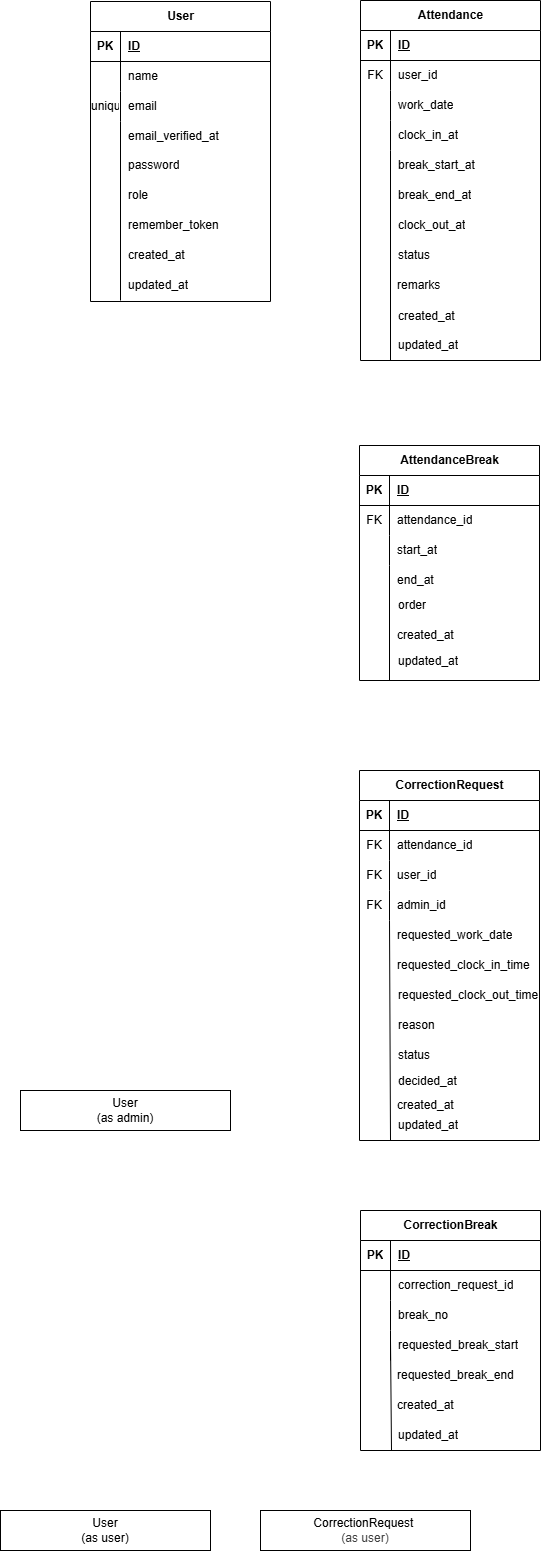
Kotaro-905/Attendance-management keeps this draw.io diagram as .drawio.png. Above is the earlier version. Source tidied: cells renumbered, new cells last; positions are measured from the earlier drawing's top-left corner, leaving out a move shared by most shapes.
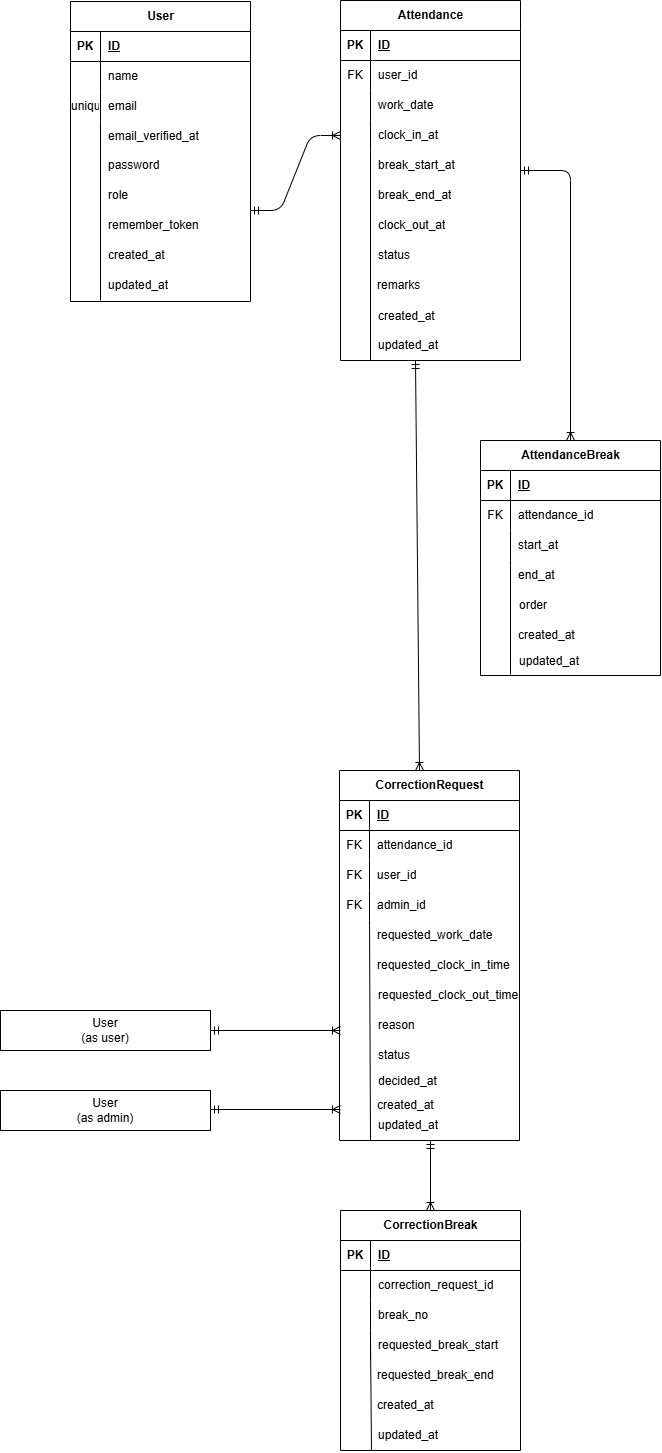
After the change.

Commit message:
ER図完成、管理者画面ｃｓｓ修正

The edit, as a diff of the source:
```diff
@@ -1,4 +1,4 @@
-<mxGraphModel>
+<mxGraphModel background="#ffffff">
   <root>
     <mxCell id="0" />
     <mxCell id="1" parent="0" />
@@ -129,7 +129,7 @@
       </mxGeometry>
     </mxCell>
     <mxCell id="42" value="AttendanceBreak" style="shape=table;startSize=30;rowLines=0;fontStyle=1;align=center;html=1;" parent="1" vertex="1">
-      <mxGeometry x="359" y="445" width="180" height="235" as="geometry" />
+      <mxGeometry x="500" y="440" width="180" height="235" as="geometry" />
     </mxCell>
     <mxCell id="43" style="shape=tableRow;horizontal=0;startSize=0;swimlaneHead=0;swimlaneBody=0;fillColor=none;top=0;left=0;right=0;bottom=1;" parent="42" vertex="1">
       <mxGeometry y="30" width="180" height="30" as="geometry" />
@@ -168,18 +168,18 @@
       <mxGeometry x="30" width="150" height="30" as="geometry" />
     </mxCell>
     <mxCell id="55" value="order" style="shape=partialRectangle;fillColor=none;top=0;left=0;bottom=0;right=0;align=left;spacingLeft=6;overflow=hidden;whiteSpace=wrap;html=1;" parent="1" vertex="1">
-      <mxGeometry x="390" y="590" width="150" height="30" as="geometry" />
+      <mxGeometry x="531" y="590" width="150" height="30" as="geometry" />
     </mxCell>
     <mxCell id="56" value="created_at" style="shape=partialRectangle;fillColor=none;top=0;left=0;bottom=0;right=0;align=left;spacingLeft=6;overflow=hidden;whiteSpace=wrap;html=1;" parent="1" vertex="1">
-      <mxGeometry x="389" y="620" width="150" height="30" as="geometry" />
+      <mxGeometry x="530" y="620" width="150" height="30" as="geometry" />
     </mxCell>
     <mxCell id="57" value="updated_at" style="shape=partialRectangle;fillColor=none;top=0;left=0;bottom=0;right=0;align=left;spacingLeft=6;overflow=hidden;whiteSpace=wrap;html=1;" parent="1" vertex="1">
-      <mxGeometry x="390" y="646" width="150" height="30" as="geometry" />
+      <mxGeometry x="531" y="646" width="150" height="30" as="geometry" />
     </mxCell>
     <mxCell id="58" style="endArrow=none;html=1;" parent="1" edge="1">
       <mxGeometry relative="1" as="geometry">
-        <mxPoint x="389" y="680" as="sourcePoint" />
-        <mxPoint x="389" y="580" as="targetPoint" />
+        <mxPoint x="530" y="674" as="sourcePoint" />
+        <mxPoint x="530" y="574" as="targetPoint" />
       </mxGeometry>
     </mxCell>
     <mxCell id="59" value="CorrectionRequest" style="shape=table;startSize=30;rowLines=0;fontStyle=1;align=center;html=1;" parent="1" vertex="1">
@@ -309,13 +309,50 @@
       </mxGeometry>
     </mxCell>
     <mxCell id="99" value="&lt;div&gt;&lt;font color=&quot;#000000&quot;&gt;User&lt;/font&gt;&lt;/div&gt;&lt;div&gt;&lt;font color=&quot;#000000&quot;&gt;(as user)&lt;/font&gt;&lt;/div&gt;" style="whiteSpace=wrap;html=1;align=center;" parent="1" vertex="1">
-      <mxGeometry y="1510" width="210" height="40" as="geometry" />
+      <mxGeometry x="20" y="1010" width="210" height="40" as="geometry" />
     </mxCell>
-    <mxCell id="100" value="&lt;div&gt;&lt;font color=&quot;#000000&quot;&gt;CorrectionRequest&amp;nbsp;&lt;/font&gt;&lt;/div&gt;&lt;div&gt;&lt;span style=&quot;background-color: transparent; color: rgb(63, 63, 63);&quot;&gt;(as user)&lt;/span&gt;&lt;/div&gt;" style="whiteSpace=wrap;html=1;align=center;" parent="1" vertex="1">
-      <mxGeometry x="260" y="1510" width="210" height="40" as="geometry" />
-    </mxCell>
     <mxCell id="101" value="&lt;div&gt;&lt;font color=&quot;#000000&quot;&gt;User&lt;/font&gt;&lt;/div&gt;&lt;div&gt;&lt;font color=&quot;#000000&quot;&gt;(as admin)&lt;/font&gt;&lt;/div&gt;" style="whiteSpace=wrap;html=1;align=center;" parent="1" vertex="1">
       <mxGeometry x="20" y="1090" width="210" height="40" as="geometry" />
     </mxCell>
+    <mxCell id="102" style="edgeStyle=entityRelationEdgeStyle;fontSize=12;html=1;endArrow=ERoneToMany;startArrow=ERmandOne;" parent="1" edge="1" target="31">
+      <mxGeometry relative="1" as="geometry">
+        <mxPoint x="270" y="210" as="sourcePoint" />
+        <Array as="points">
+          <mxPoint x="350" y="150" />
+        </Array>
+      </mxGeometry>
+    </mxCell>
+    <mxCell id="103" style="fontSize=12;html=1;endArrow=ERoneToMany;startArrow=ERmandOne;entryX=0.25;entryY=0;entryDx=0;entryDy=0;" parent="1" edge="1">
+      <mxGeometry relative="1" as="geometry">
+        <mxPoint x="435" y="360" as="sourcePoint" />
+        <mxPoint x="439" y="770" as="targetPoint" />
+      </mxGeometry>
+    </mxCell>
+    <mxCell id="104" style="fontSize=12;html=1;endArrow=ERoneToMany;startArrow=ERmandOne;" parent="1" edge="1">
+      <mxGeometry relative="1" as="geometry">
+        <mxPoint x="230" y="1109" as="sourcePoint" />
+        <mxPoint x="360" y="1109" as="targetPoint" />
+      </mxGeometry>
+    </mxCell>
+    <mxCell id="105" style="fontSize=12;html=1;endArrow=ERoneToMany;startArrow=ERmandOne;" parent="1" edge="1">
+      <mxGeometry relative="1" as="geometry">
+        <mxPoint x="230" y="1030" as="sourcePoint" />
+        <mxPoint x="360" y="1030" as="targetPoint" />
+      </mxGeometry>
+    </mxCell>
+    <mxCell id="106" style="fontSize=12;html=1;endArrow=ERoneToMany;startArrow=ERmandOne;entryX=0.5;entryY=0;entryDx=0;entryDy=0;edgeStyle=elbowEdgeStyle;" parent="1" edge="1" target="42">
+      <mxGeometry relative="1" as="geometry">
+        <mxPoint x="540" y="170" as="sourcePoint" />
+        <Array as="points">
+          <mxPoint x="590" y="280" />
+        </Array>
+      </mxGeometry>
+    </mxCell>
+    <mxCell id="107" style="fontSize=12;html=1;endArrow=ERoneToMany;startArrow=ERmandOne;" parent="1" edge="1">
+      <mxGeometry relative="1" as="geometry">
+        <mxPoint x="450" y="1140" as="sourcePoint" />
+        <mxPoint x="450" y="1210" as="targetPoint" />
+      </mxGeometry>
+    </mxCell>
   </root>
 </mxGraphModel>
```
